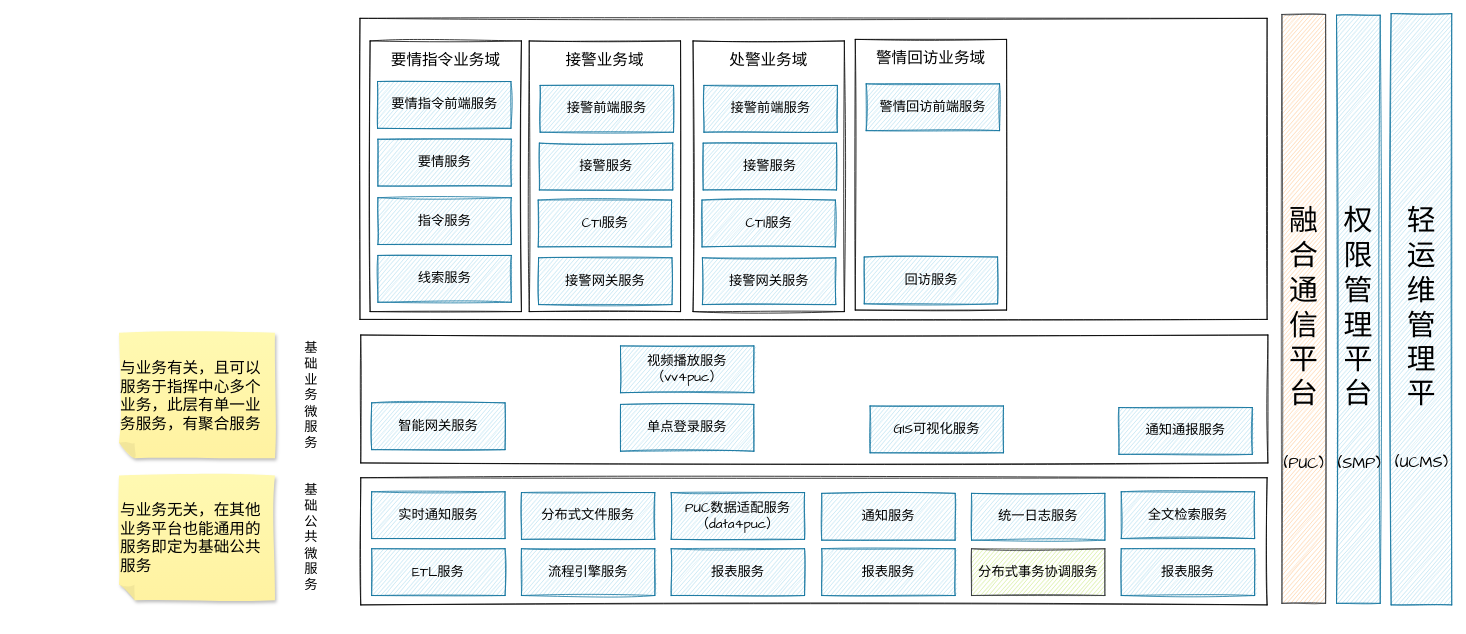
The draw.io diagram page "服务分层分域结构图" (3 of 3) of 基于云平台的微服务架构.drawio in chensiyu123456/drawio-files, before the edit. Source tidied: cells renumbered, new cells numbered last; positions are measured from the earlier drawing's top-left corner, leaving out a move shared by most shapes. Both pictures are drawn from the tidied source at 78%, with x=0, y=0 at pixel (119, 13).
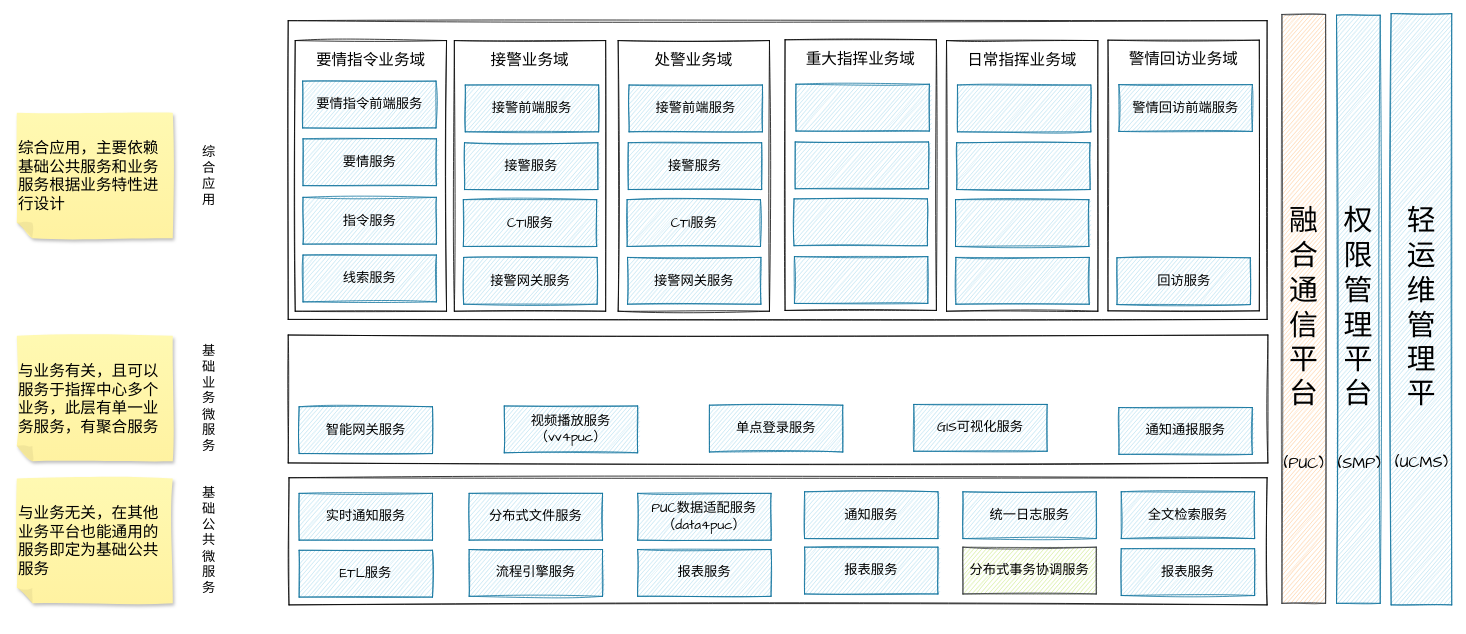
Above is the later version.

Change to the diagram source:
```diff
@@
     <mxCell id="2" style="rounded=0;whiteSpace=wrap;html=1;sketch=1;hachureGap=4;fontFamily=Architects Daughter;fontSize=17;fontColor=#000000;" parent="1" vertex="1">
-      <mxGeometry x="310" y="595" width="1162" height="163" as="geometry" />
+      <mxGeometry x="218" y="595" width="1254" height="163" as="geometry" />
     </mxCell>
     <mxCell id="3" value="基础公共微服务" style="text;strokeColor=none;fillColor=none;html=1;align=center;verticalAlign=middle;whiteSpace=wrap;rounded=0;sketch=1;hachureGap=4;fontFamily=Architects Daughter;fontSize=17;fontColor=#000000;" parent="1" vertex="1">
-      <mxGeometry x="230" y="570" width="33" height="204" as="geometry" />
+      <mxGeometry x="99" y="574" width="33" height="204" as="geometry" />
     </mxCell>
     <mxCell id="4" value="实时通知服务" style="rounded=0;whiteSpace=wrap;html=1;sketch=1;hachureGap=4;fontFamily=Architects Daughter;fontSize=17;fillColor=#b1ddf0;strokeColor=#10739e;" parent="1" vertex="1">
-      <mxGeometry x="324" y="613" width="171" height="60" as="geometry" />
+      <mxGeometry x="231" y="615" width="171" height="60" as="geometry" />
     </mxCell>
     <mxCell id="5" value="分布式文件服务" style="rounded=0;whiteSpace=wrap;html=1;sketch=1;hachureGap=4;fontFamily=Architects Daughter;fontSize=17;fillColor=#b1ddf0;strokeColor=#10739e;" parent="1" vertex="1">
-      <mxGeometry x="516" y="614" width="171" height="60" as="geometry" />
+      <mxGeometry x="449" y="615" width="171" height="60" as="geometry" />
     </mxCell>
     <mxCell id="6" value="PUC数据适配服务&lt;br&gt;（data4puc）" style="rounded=0;whiteSpace=wrap;html=1;sketch=1;hachureGap=4;fontFamily=Architects Daughter;fontSize=17;fillColor=#b1ddf0;strokeColor=#10739e;" parent="1" vertex="1">
-      <mxGeometry x="708" y="614" width="171" height="60" as="geometry" />
+      <mxGeometry x="665" y="615" width="171" height="60" as="geometry" />
     </mxCell>
     <mxCell id="7" value="通知服务" style="rounded=0;whiteSpace=wrap;html=1;sketch=1;hachureGap=4;fontFamily=Architects Daughter;fontSize=17;fillColor=#b1ddf0;strokeColor=#10739e;" parent="1" vertex="1">
-      <mxGeometry x="901" y="615" width="171" height="60" as="geometry" />
+      <mxGeometry x="879" y="613" width="171" height="60" as="geometry" />
     </mxCell>
     <mxCell id="8" style="rounded=0;whiteSpace=wrap;html=1;sketch=1;hachureGap=4;fontFamily=Architects Daughter;fontSize=17;fontColor=#000000;" parent="1" vertex="1">
-      <mxGeometry x="310" y="412" width="1163" height="164" as="geometry" />
+      <mxGeometry x="217" y="412" width="1256" height="164" as="geometry" />
     </mxCell>
     <mxCell id="9" value="基础业务微服务" style="text;strokeColor=none;fillColor=none;html=1;align=center;verticalAlign=middle;whiteSpace=wrap;rounded=0;sketch=1;hachureGap=4;fontFamily=Architects Daughter;fontSize=17;fontColor=#000000;" parent="1" vertex="1">
-      <mxGeometry x="230" y="388" width="33" height="204" as="geometry" />
+      <mxGeometry x="99" y="392" width="33" height="204" as="geometry" />
     </mxCell>
     <mxCell id="10" value="GIS可视化服务" style="rounded=0;whiteSpace=wrap;html=1;sketch=1;hachureGap=4;fontFamily=Architects Daughter;fontSize=17;fillColor=#b1ddf0;strokeColor=#10739e;" parent="1" vertex="1">
-      <mxGeometry x="963" y="503" width="171" height="60" as="geometry" />
+      <mxGeometry x="1019" y="501" width="171" height="60" as="geometry" />
     </mxCell>
@@
     <mxCell id="12" value="统一日志服务" style="rounded=0;whiteSpace=wrap;html=1;sketch=1;hachureGap=4;fontFamily=Architects Daughter;fontSize=17;fillColor=#b1ddf0;strokeColor=#10739e;" parent="1" vertex="1">
-      <mxGeometry x="1093" y="615" width="171" height="60" as="geometry" />
+      <mxGeometry x="1082" y="613" width="171" height="60" as="geometry" />
     </mxCell>
@@
     <mxCell id="17" value="ETL服务" style="rounded=0;whiteSpace=wrap;html=1;sketch=1;hachureGap=4;fontFamily=Architects Daughter;fontSize=17;fillColor=#b1ddf0;strokeColor=#10739e;" parent="1" vertex="1">
-      <mxGeometry x="324" y="686" width="171" height="60" as="geometry" />
+      <mxGeometry x="231" y="688" width="171" height="60" as="geometry" />
     </mxCell>
     <mxCell id="18" value="智能网关服务" style="rounded=0;whiteSpace=wrap;html=1;sketch=1;hachureGap=4;fontFamily=Architects Daughter;fontSize=17;fillColor=#b1ddf0;strokeColor=#10739e;" parent="1" vertex="1">
-      <mxGeometry x="324" y="499" width="171" height="60" as="geometry" />
+      <mxGeometry x="231" y="504" width="171" height="60" as="geometry" />
     </mxCell>
@@
     <mxCell id="22" value="流程引擎服务" style="rounded=0;whiteSpace=wrap;html=1;sketch=1;hachureGap=4;fontFamily=Architects Daughter;fontSize=17;fillColor=#b1ddf0;strokeColor=#10739e;" parent="1" vertex="1">
-      <mxGeometry x="516" y="686" width="171" height="60" as="geometry" />
+      <mxGeometry x="449" y="687" width="171" height="60" as="geometry" />
     </mxCell>
     <mxCell id="23" value="单点登录服务" style="rounded=0;whiteSpace=wrap;html=1;sketch=1;hachureGap=4;fontFamily=Architects Daughter;fontSize=17;fillColor=#b1ddf0;strokeColor=#10739e;" parent="1" vertex="1">
-      <mxGeometry x="643" y="501" width="171" height="60" as="geometry" />
+      <mxGeometry x="757" y="502" width="171" height="60" as="geometry" />
     </mxCell>
@@
     <mxCell id="26" value="与业务无关，在其他业务平台也能通用的服务即定为基础公共服务" style="shape=note;whiteSpace=wrap;html=1;backgroundOutline=1;fontColor=#000000;darkOpacity=0.05;fillColor=#FFF9B2;strokeColor=none;fillStyle=solid;direction=west;gradientDirection=north;gradientColor=#FFF2A1;shadow=1;size=20;sketch=1;hachureGap=4;fontFamily=Architects Daughter;fontSize=20;align=left;" parent="1" vertex="1">
-      <mxGeometry y="592" width="200" height="160" as="geometry" />
+      <mxGeometry x="-131" y="596" width="200" height="160" as="geometry" />
     </mxCell>
     <mxCell id="27" value="与业务有关，且可以服务于指挥中心多个业务，此层有单一业务服务，有聚合服务" style="shape=note;whiteSpace=wrap;html=1;backgroundOutline=1;fontColor=#000000;darkOpacity=0.05;fillColor=#FFF9B2;strokeColor=none;fillStyle=solid;direction=west;gradientDirection=north;gradientColor=#FFF2A1;shadow=1;size=20;sketch=1;hachureGap=4;fontFamily=Architects Daughter;fontSize=20;align=left;" parent="1" vertex="1">
-      <mxGeometry y="409" width="200" height="161" as="geometry" />
+      <mxGeometry x="-131" y="413" width="200" height="161" as="geometry" />
     </mxCell>
     <mxCell id="28" style="rounded=0;whiteSpace=wrap;html=1;sketch=1;hachureGap=4;fontFamily=Architects Daughter;fontSize=17;fontColor=#000000;" parent="1" vertex="1">
-      <mxGeometry x="309" y="6" width="1163" height="386" as="geometry" />
+      <mxGeometry x="217" y="9" width="1255" height="383" as="geometry" />
     </mxCell>
     <mxCell id="29" value="报表服务" style="rounded=0;whiteSpace=wrap;html=1;sketch=1;hachureGap=4;fontFamily=Architects Daughter;fontSize=17;fillColor=#b1ddf0;strokeColor=#10739e;" parent="1" vertex="1">
-      <mxGeometry x="708" y="686" width="171" height="60" as="geometry" />
+      <mxGeometry x="665" y="687" width="171" height="60" as="geometry" />
     </mxCell>
     <mxCell id="30" value="报表服务" style="rounded=0;whiteSpace=wrap;html=1;sketch=1;hachureGap=4;fontFamily=Architects Daughter;fontSize=17;fillColor=#b1ddf0;strokeColor=#10739e;" parent="1" vertex="1">
-      <mxGeometry x="901" y="686" width="171" height="60" as="geometry" />
+      <mxGeometry x="879" y="684" width="171" height="60" as="geometry" />
     </mxCell>
     <mxCell id="31" value="分布式事务协调服务" style="rounded=0;whiteSpace=wrap;html=1;sketch=1;hachureGap=4;fontFamily=Architects Daughter;fontSize=17;fillColor=#cdeb8b;strokeColor=#36393d;" parent="1" vertex="1">
-      <mxGeometry x="1093" y="686" width="171" height="60" as="geometry" />
+      <mxGeometry x="1082" y="684" width="171" height="60" as="geometry" />
     </mxCell>
@@
     <mxCell id="33" style="group;" parent="1" vertex="1">
-      <mxGeometry x="322" y="35" width="194" height="347" as="geometry" />
+      <mxGeometry x="226" y="34.5" width="194" height="347" as="geometry" />
     </mxCell>
@@
     <mxCell id="40" value="视频播放服务&lt;br&gt;（vv4puc）" style="rounded=0;whiteSpace=wrap;html=1;sketch=1;hachureGap=4;fontFamily=Architects Daughter;fontSize=17;fillColor=#b1ddf0;strokeColor=#10739e;" parent="1" vertex="1">
-      <mxGeometry x="643" y="426" width="171" height="60" as="geometry" />
+      <mxGeometry x="494" y="503" width="171" height="60" as="geometry" />
     </mxCell>
     <mxCell id="41" style="group;" parent="1" vertex="1">
-      <mxGeometry x="526" y="35" width="194" height="347" as="geometry" />
+      <mxGeometry x="430" y="34.5" width="194" height="347" as="geometry" />
     </mxCell>
@@
     <mxCell id="48" style="group;" parent="1" vertex="1">
-      <mxGeometry x="736" y="35" width="194" height="347" as="geometry" />
+      <mxGeometry x="640" y="34.5" width="194" height="347" as="geometry" />
     </mxCell>
@@
     <mxCell id="55" style="group;" parent="1" vertex="1">
-      <mxGeometry x="944" y="33" width="194" height="347" as="geometry" />
+      <mxGeometry x="1268" y="34" width="194" height="347" as="geometry" />
     </mxCell>
@@
+    <mxCell id="60" style="group;" parent="1" vertex="1">
+      <mxGeometry x="854" y="33.5" width="194" height="347" as="geometry" />
+    </mxCell>
+    <mxCell id="61" style="rounded=0;whiteSpace=wrap;html=1;sketch=1;hachureGap=4;fontFamily=Architects Daughter;fontSize=20;fontColor=#000000;" parent="60" vertex="1">
+      <mxGeometry width="194" height="347" as="geometry" />
+    </mxCell>
+    <mxCell id="62" style="rounded=0;whiteSpace=wrap;html=1;sketch=1;hachureGap=4;fontFamily=Architects Daughter;fontSize=17;fillColor=#b1ddf0;strokeColor=#10739e;" parent="60" vertex="1">
+      <mxGeometry x="11.5" y="204" width="171" height="60" as="geometry" />
+    </mxCell>
+    <mxCell id="63" style="rounded=0;whiteSpace=wrap;html=1;sketch=1;hachureGap=4;fontFamily=Architects Daughter;fontSize=17;fillColor=#b1ddf0;strokeColor=#10739e;" parent="60" vertex="1">
+      <mxGeometry x="12" y="278" width="171" height="60" as="geometry" />
+    </mxCell>
+    <mxCell id="64" style="rounded=0;whiteSpace=wrap;html=1;sketch=1;hachureGap=4;fontFamily=Architects Daughter;fontSize=17;fillColor=#b1ddf0;strokeColor=#10739e;" parent="60" vertex="1">
+      <mxGeometry x="13" y="131" width="171" height="60" as="geometry" />
+    </mxCell>
+    <mxCell id="65" value="重大指挥业务域" style="text;strokeColor=none;fillColor=none;html=1;align=center;verticalAlign=middle;whiteSpace=wrap;rounded=0;sketch=1;hachureGap=4;fontFamily=Architects Daughter;fontSize=20;fontColor=#000000;" parent="60" vertex="1">
+      <mxGeometry x="16" y="15" width="162" height="18" as="geometry" />
+    </mxCell>
+    <mxCell id="66" style="rounded=0;whiteSpace=wrap;html=1;sketch=1;hachureGap=4;fontFamily=Architects Daughter;fontSize=17;fillColor=#b1ddf0;strokeColor=#10739e;" parent="60" vertex="1">
+      <mxGeometry x="14" y="57" width="171" height="60" as="geometry" />
+    </mxCell>
+    <mxCell id="67" style="group;" parent="1" vertex="1">
+      <mxGeometry x="1061" y="34.5" width="194" height="347" as="geometry" />
+    </mxCell>
+    <mxCell id="68" style="rounded=0;whiteSpace=wrap;html=1;sketch=1;hachureGap=4;fontFamily=Architects Daughter;fontSize=20;fontColor=#000000;" parent="67" vertex="1">
+      <mxGeometry width="194" height="347" as="geometry" />
+    </mxCell>
+    <mxCell id="69" style="rounded=0;whiteSpace=wrap;html=1;sketch=1;hachureGap=4;fontFamily=Architects Daughter;fontSize=17;fillColor=#b1ddf0;strokeColor=#10739e;" parent="67" vertex="1">
+      <mxGeometry x="11.5" y="204" width="171" height="60" as="geometry" />
+    </mxCell>
+    <mxCell id="70" style="rounded=0;whiteSpace=wrap;html=1;sketch=1;hachureGap=4;fontFamily=Architects Daughter;fontSize=17;fillColor=#b1ddf0;strokeColor=#10739e;" parent="67" vertex="1">
+      <mxGeometry x="12" y="278" width="171" height="60" as="geometry" />
+    </mxCell>
+    <mxCell id="71" style="rounded=0;whiteSpace=wrap;html=1;sketch=1;hachureGap=4;fontFamily=Architects Daughter;fontSize=17;fillColor=#b1ddf0;strokeColor=#10739e;" parent="67" vertex="1">
+      <mxGeometry x="13" y="131" width="171" height="60" as="geometry" />
+    </mxCell>
+    <mxCell id="72" value="日常指挥业务域" style="text;strokeColor=none;fillColor=none;html=1;align=center;verticalAlign=middle;whiteSpace=wrap;rounded=0;sketch=1;hachureGap=4;fontFamily=Architects Daughter;fontSize=20;fontColor=#000000;" parent="67" vertex="1">
+      <mxGeometry x="16" y="15" width="162" height="18" as="geometry" />
+    </mxCell>
+    <mxCell id="73" style="rounded=0;whiteSpace=wrap;html=1;sketch=1;hachureGap=4;fontFamily=Architects Daughter;fontSize=17;fillColor=#b1ddf0;strokeColor=#10739e;" parent="67" vertex="1">
+      <mxGeometry x="14" y="57" width="171" height="60" as="geometry" />
+    </mxCell>
+    <mxCell id="74" value="综合应用" style="text;strokeColor=none;fillColor=none;html=1;align=center;verticalAlign=middle;whiteSpace=wrap;rounded=0;sketch=1;hachureGap=4;fontFamily=Architects Daughter;fontSize=17;fontColor=#000000;" parent="1" vertex="1">
+      <mxGeometry x="99" y="106" width="33" height="204" as="geometry" />
+    </mxCell>
+    <mxCell id="75" value="综合应用，主要依赖基础公共服务和业务服务根据业务特性进行设计" style="shape=note;whiteSpace=wrap;html=1;backgroundOutline=1;fontColor=#000000;darkOpacity=0.05;fillColor=#FFF9B2;strokeColor=none;fillStyle=solid;direction=west;gradientDirection=north;gradientColor=#FFF2A1;shadow=1;size=20;sketch=1;hachureGap=4;fontFamily=Architects Daughter;fontSize=20;align=left;" parent="1" vertex="1">
+      <mxGeometry x="-131" y="127" width="200" height="161" as="geometry" />
+    </mxCell>
```
